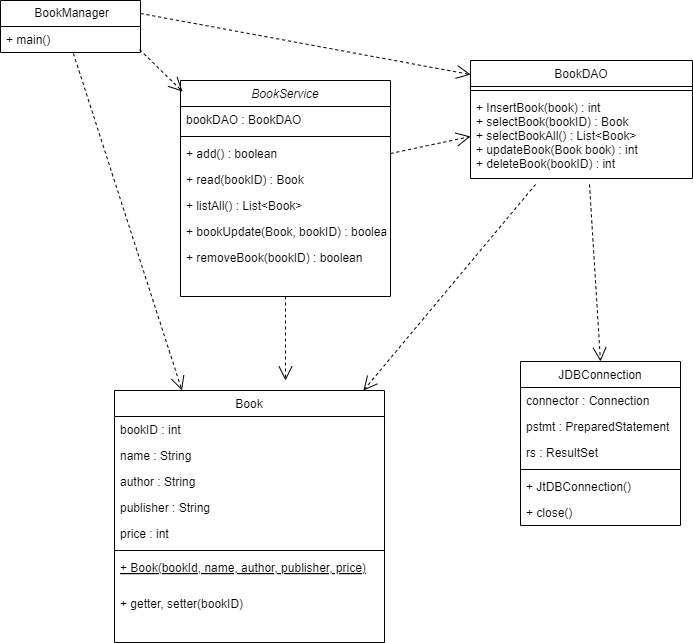
Earlier version of the draw.io export 도서관리 클래스 다이어그램.png (junHyeokP/DataBase_Connection). Source tidied: cells renumbered, new cells last; positions are measured from the earlier drawing's top-left corner, leaving out a move shared by most shapes.
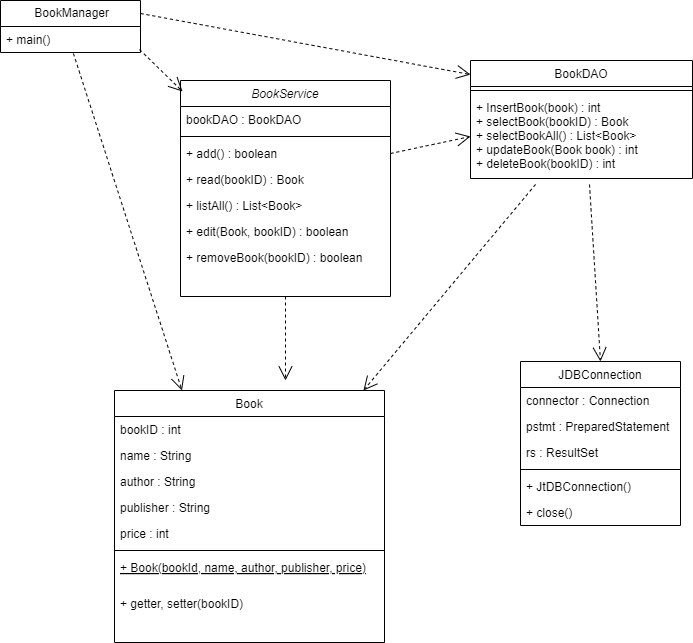
Later version of the same file.

Commit message:
도서관리 클래스 다이어그램.png 업데이트

What changed in the source:
```diff
@@ -20,7 +20,7 @@
     <mxCell id="7" value="+ listAll() : List&lt;Book&gt;" style="text;align=left;verticalAlign=top;spacingLeft=4;spacingRight=4;overflow=hidden;" parent="2" vertex="1">
       <mxGeometry y="112" width="210" height="26" as="geometry" />
     </mxCell>
-    <mxCell id="8" value="+ bookUpdate(Book, bookID) : boolean" style="text;align=left;verticalAlign=top;spacingLeft=4;spacingRight=4;overflow=hidden;" parent="2" vertex="1">
+    <mxCell id="8" value="+ edit(Book, bookID) : boolean" style="text;align=left;verticalAlign=top;spacingLeft=4;spacingRight=4;overflow=hidden;" parent="2" vertex="1">
       <mxGeometry y="138" width="210" height="26" as="geometry" />
     </mxCell>
     <mxCell id="9" value="+ removeBook(bookID) : boolean" style="text;align=left;verticalAlign=top;spacingLeft=4;spacingRight=4;overflow=hidden;" parent="2" vertex="1">
```
